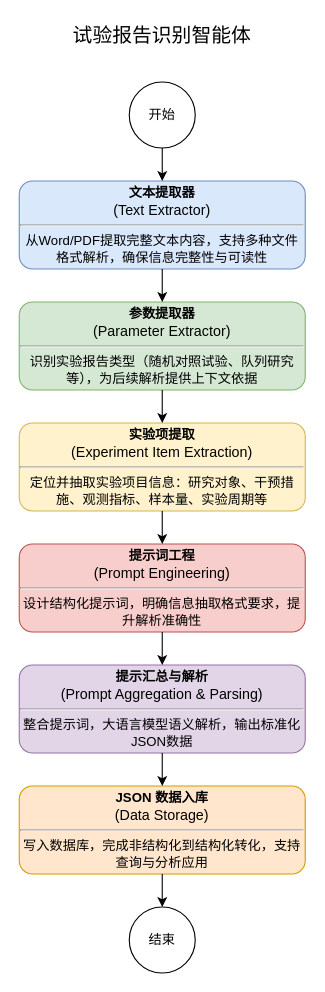
This is page "Page-1" (1 of 2) of 未命名绘图.drawio from shuitiane/shhFirstRepo, a draw.io file, before an edit. Source tidied: cells renumbered, new cells numbered last; positions are measured from the earlier drawing's top-left corner, leaving out a move shared by most shapes. Both pictures are drawn from the tidied source at 110%, with x=0, y=0 at pixel (19, 19).
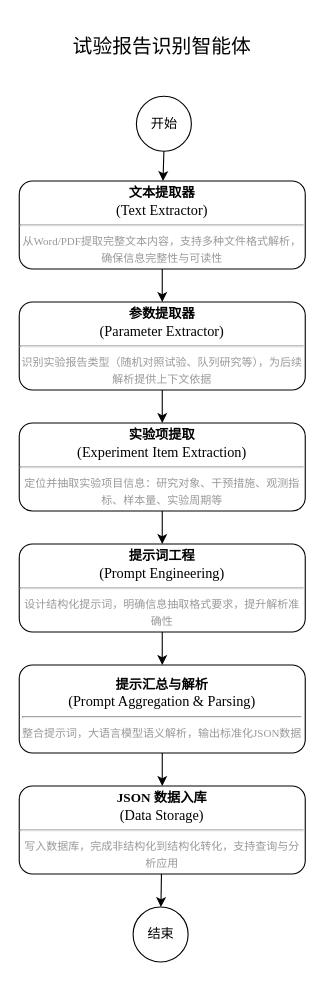
The same page after the edit.

Commit message:
识别智能体.drawio

Diff of the diagram source:
```diff
@@
 <mxGraphModel>
   <root>
     <mxCell id="0" />
     <mxCell id="1" parent="0" />
-    <mxCell id="2" value="开始" style="ellipse;whiteSpace=wrap;html=1;" parent="1" vertex="1">
-      <mxGeometry x="100" y="57" width="60" height="60" as="geometry" />
+    <mxCell id="2" value="开始" style="ellipse;whiteSpace=wrap;html=1;fontFamily=Times New Roman;" parent="1" vertex="1">
+      <mxGeometry x="106.5" y="70" width="50" height="50" as="geometry" />
     </mxCell>
-    <mxCell id="3" value="&lt;b&gt;文本提取器&lt;/b&gt;&lt;br&gt;&lt;font size=&quot;2&quot;&gt;(Text Extractor)&lt;/font&gt;&lt;hr&gt;从Word/PDF提取完整文本内容，支持多种文件格式解析，确保信息完整性与可读性" style="rounded=1;whiteSpace=wrap;html=1;fillColor=#dae8fc;strokeColor=#6c8ebf;" parent="1" vertex="1">
+    <mxCell id="3" value="&lt;b&gt;文本提取器&lt;/b&gt;&lt;br&gt;&lt;font size=&quot;2&quot;&gt;(Text Extractor)&lt;/font&gt;&lt;hr&gt;&lt;font style=&quot;font-size: 10px; color: rgb(153, 153, 153);&quot;&gt;从Word/PDF提取完整文本内容，支持多种文件格式解析，确保信息完整性与可读性&lt;/font&gt;" style="rounded=1;whiteSpace=wrap;html=1;fontFamily=Times New Roman;" parent="1" vertex="1">
       <mxGeometry y="147" width="260" height="80" as="geometry" />
     </mxCell>
-    <mxCell id="4" value="&lt;b&gt;参数提取器&lt;/b&gt;&lt;br&gt;&lt;font size=&quot;2&quot;&gt;(Parameter Extractor)&lt;/font&gt;&lt;hr&gt;识别实验报告类型（随机对照试验、队列研究等），为后续解析提供上下文依据" style="rounded=1;whiteSpace=wrap;html=1;fillColor=#d5e8d4;strokeColor=#82b366;" parent="1" vertex="1">
+    <mxCell id="4" value="&lt;b&gt;参数提取器&lt;/b&gt;&lt;br&gt;&lt;font size=&quot;2&quot;&gt;(Parameter Extractor)&lt;/font&gt;&lt;hr&gt;&lt;font style=&quot;font-size: 10px; color: rgb(153, 153, 153);&quot;&gt;识别实验报告类型（随机对照试验、队列研究等），为后续解析提供上下文依据&lt;/font&gt;" style="rounded=1;whiteSpace=wrap;html=1;fontFamily=Times New Roman;" parent="1" vertex="1">
       <mxGeometry y="257" width="260" height="80" as="geometry" />
     </mxCell>
-    <mxCell id="5" value="&lt;b&gt;实验项提取&lt;/b&gt;&lt;br&gt;&lt;font size=&quot;2&quot;&gt;(Experiment Item Extraction)&lt;/font&gt;&lt;hr&gt;定位并抽取实验项目信息：研究对象、干预措施、观测指标、样本量、实验周期等" style="rounded=1;whiteSpace=wrap;html=1;fillColor=#fff2cc;strokeColor=#d6b656;" parent="1" vertex="1">
+    <mxCell id="5" value="&lt;b&gt;实验项提取&lt;/b&gt;&lt;br&gt;&lt;font size=&quot;2&quot;&gt;(Experiment Item Extraction)&lt;/font&gt;&lt;hr&gt;&lt;font style=&quot;font-size: 10px; color: rgb(153, 153, 153);&quot;&gt;定位并抽取实验项目信息：研究对象、干预措施、观测指标、样本量、实验周期等&lt;/font&gt;" style="rounded=1;whiteSpace=wrap;html=1;fontFamily=Times New Roman;" parent="1" vertex="1">
       <mxGeometry y="367" width="260" height="80" as="geometry" />
     </mxCell>
-    <mxCell id="6" value="&lt;b&gt;提示词工程&lt;/b&gt;&lt;br&gt;&lt;font size=&quot;2&quot;&gt;(Prompt Engineering)&lt;/font&gt;&lt;hr&gt;设计结构化提示词，明确信息抽取格式要求，提升解析准确性" style="rounded=1;whiteSpace=wrap;html=1;fillColor=#f8cecc;strokeColor=#b85450;" parent="1" vertex="1">
+    <mxCell id="6" value="&lt;b&gt;提示词工程&lt;/b&gt;&lt;br&gt;&lt;font size=&quot;2&quot;&gt;(Prompt Engineering)&lt;/font&gt;&lt;hr&gt;&lt;font style=&quot;color: rgb(153, 153, 153); font-size: 10px;&quot;&gt;设计结构化提示词，明确信息抽取格式要求，提升解析准确性&lt;/font&gt;" style="rounded=1;whiteSpace=wrap;html=1;fontFamily=Times New Roman;" parent="1" vertex="1">
       <mxGeometry y="477" width="260" height="80" as="geometry" />
     </mxCell>
-    <mxCell id="7" value="&lt;b&gt;提示汇总与解析&lt;/b&gt;&lt;br&gt;&lt;font size=&quot;2&quot;&gt;(Prompt Aggregation &amp; Parsing)&lt;/font&gt;&lt;hr&gt;整合提示词，大语言模型语义解析，输出标准化JSON数据" style="rounded=1;whiteSpace=wrap;html=1;fillColor=#e1d5e7;strokeColor=#9673a6;" parent="1" vertex="1">
+    <mxCell id="7" value="&lt;b&gt;提示汇总与解析&lt;/b&gt;&lt;br&gt;&lt;font size=&quot;2&quot;&gt;(Prompt Aggregation &amp;amp; Parsing)&lt;/font&gt;&lt;hr&gt;&lt;font style=&quot;font-size: 10px; color: rgb(153, 153, 153);&quot;&gt;整合提示词，大语言模型语义解析，输出标准化JSON数据&lt;/font&gt;" style="rounded=1;whiteSpace=wrap;html=1;fontFamily=Times New Roman;" parent="1" vertex="1">
       <mxGeometry y="587" width="260" height="80" as="geometry" />
     </mxCell>
-    <mxCell id="8" value="&lt;b&gt;JSON 数据入库&lt;/b&gt;&lt;br&gt;&lt;font size=&quot;2&quot;&gt;(Data Storage)&lt;/font&gt;&lt;hr&gt;写入数据库，完成非结构化到结构化转化，支持查询与分析应用" style="rounded=1;whiteSpace=wrap;html=1;fillColor=#ffe6cc;strokeColor=#d79b00;" parent="1" vertex="1">
+    <mxCell id="8" value="&lt;b&gt;JSON 数据入库&lt;/b&gt;&lt;br&gt;&lt;font size=&quot;2&quot;&gt;(Data Storage)&lt;/font&gt;&lt;hr&gt;&lt;font style=&quot;color: rgb(153, 153, 153); font-size: 10px;&quot;&gt;写入数据库，完成非结构化到结构化转化，支持查询与分析应用&lt;/font&gt;" style="rounded=1;whiteSpace=wrap;html=1;fontFamily=Times New Roman;" parent="1" vertex="1">
       <mxGeometry y="697" width="260" height="80" as="geometry" />
     </mxCell>
-    <mxCell id="9" value="结束" style="ellipse;whiteSpace=wrap;html=1;fillColor=#ffffff;strokeColor=#000000;" parent="1" vertex="1">
-      <mxGeometry x="100" y="807" width="60" height="60" as="geometry" />
+    <mxCell id="9" value="结束" style="ellipse;whiteSpace=wrap;html=1;fontFamily=Times New Roman;" parent="1" vertex="1">
+      <mxGeometry x="103.5" y="807" width="50" height="50" as="geometry" />
     </mxCell>
-    <mxCell id="10" style="endArrow=classic;html=1;rounded=0;" parent="1" edge="1" source="2" target="3">
+    <mxCell id="10" style="endArrow=classic;html=1;rounded=0;fontFamily=Times New Roman;" parent="1" edge="1" source="2" target="3">
       <mxGeometry relative="1" as="geometry" />
     </mxCell>
-    <mxCell id="11" style="endArrow=classic;html=1;rounded=0;" parent="1" edge="1" source="3" target="4">
+    <mxCell id="11" style="endArrow=classic;html=1;rounded=0;fontFamily=Times New Roman;" parent="1" edge="1" source="3" target="4">
       <mxGeometry relative="1" as="geometry" />
     </mxCell>
-    <mxCell id="12" style="endArrow=classic;html=1;rounded=0;" parent="1" edge="1" source="4" target="5">
+    <mxCell id="12" style="endArrow=classic;html=1;rounded=0;fontFamily=Times New Roman;" parent="1" edge="1" source="4" target="5">
       <mxGeometry relative="1" as="geometry" />
     </mxCell>
-    <mxCell id="13" style="endArrow=classic;html=1;rounded=0;" parent="1" edge="1" source="5" target="6">
+    <mxCell id="13" style="endArrow=classic;html=1;rounded=0;fontFamily=Times New Roman;" parent="1" edge="1" source="5" target="6">
       <mxGeometry relative="1" as="geometry" />
     </mxCell>
-    <mxCell id="14" style="endArrow=classic;html=1;rounded=0;" parent="1" edge="1" source="6" target="7">
+    <mxCell id="14" style="endArrow=classic;html=1;rounded=0;fontFamily=Times New Roman;" parent="1" edge="1" source="6" target="7">
       <mxGeometry relative="1" as="geometry" />
     </mxCell>
-    <mxCell id="15" style="endArrow=classic;html=1;rounded=0;" parent="1" edge="1" source="7" target="8">
+    <mxCell id="15" style="endArrow=classic;html=1;rounded=0;fontFamily=Times New Roman;" parent="1" edge="1" source="7" target="8">
       <mxGeometry relative="1" as="geometry" />
     </mxCell>
-    <mxCell id="16" style="endArrow=classic;html=1;rounded=0;" parent="1" edge="1" source="8" target="9">
+    <mxCell id="16" style="endArrow=classic;html=1;rounded=0;fontFamily=Times New Roman;" parent="1" edge="1" source="8" target="9">
       <mxGeometry relative="1" as="geometry" />
     </mxCell>
-    <mxCell id="17" value="试验报告识别智能体" style="text;html=1;strokeColor=none;fillColor=none;align=center;verticalAlign=middle;whiteSpace=wrap;rounded=0;fontSize=18;" parent="1" vertex="1">
-      <mxGeometry x="20" width="220" height="30" as="geometry" />
+    <mxCell id="17" value="试验报告识别智能体" style="text;html=1;align=center;verticalAlign=middle;whiteSpace=wrap;rounded=0;fontSize=18;fontFamily=Times New Roman;" parent="1" vertex="1">
+      <mxGeometry x="20" y="10" width="220" height="30" as="geometry" />
     </mxCell>
   </root>
 </mxGraphModel>
```
